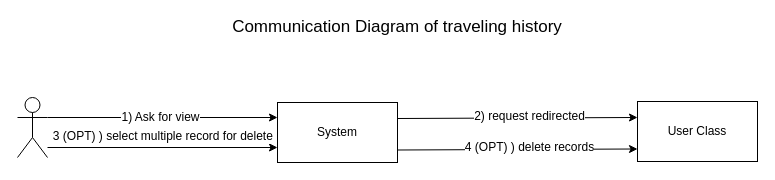
This is Behavioral Modeling/Communication Diagram/CD_traveling history.drawio from kargaranamir/Travelink, a draw.io file, before an edit. Source tidied: cells renumbered, new cells numbered last; positions are measured from the earlier drawing's top-left corner, leaving out a move shared by most shapes. Both pictures are drawn from the tidied source at 100%, with x=0, y=0 at pixel (17, 17).
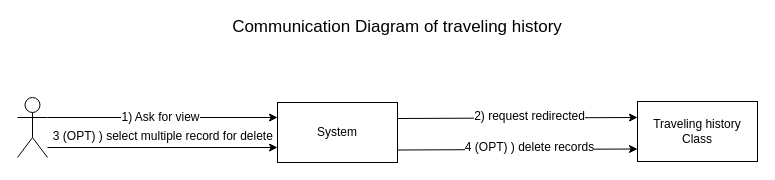
Above is the later version.

Change to the diagram source:
```diff
@@
 <mxGraphModel>
   <root>
     <mxCell id="0" />
     <mxCell id="1" parent="0" />
     <mxCell id="2" style="shape=umlActor;verticalLabelPosition=bottom;labelBackgroundColor=#ffffff;verticalAlign=top;html=1;outlineConnect=0;" parent="1" vertex="1">
       <mxGeometry y="80" width="30" height="60" as="geometry" />
     </mxCell>
     <mxCell id="3" value="System" style="rounded=0;whiteSpace=wrap;html=1;" parent="1" vertex="1">
       <mxGeometry x="260" y="85" width="120" height="60" as="geometry" />
     </mxCell>
-    <mxCell id="4" value="&lt;span&gt;User Class&lt;/span&gt;" style="rounded=0;whiteSpace=wrap;html=1;" parent="1" vertex="1">
+    <mxCell id="4" value="&lt;span&gt;Traveling history &lt;br&gt;Class&lt;/span&gt;" style="rounded=0;whiteSpace=wrap;html=1;" parent="1" vertex="1">
       <mxGeometry x="620" y="84" width="120" height="60" as="geometry" />
     </mxCell>
     <mxCell id="5" style="endArrow=classic;html=1;entryX=0;entryY=0.25;entryDx=0;entryDy=0;exitX=1;exitY=0.3333333333333333;exitDx=0;exitDy=0;exitPerimeter=0;" parent="1" edge="1" source="2" target="3">
       <mxGeometry relative="1" as="geometry" />
     </mxCell>
     <mxCell id="6" value="&lt;span&gt;1) Ask for view&lt;/span&gt;&lt;br&gt;" style="text;html=1;align=center;verticalAlign=middle;labelBackgroundColor=#ffffff;" parent="5" vertex="1">
       <mxGeometry x="-0.03" y="1" relative="1" as="geometry" />
     </mxCell>
     <mxCell id="7" style="endArrow=classic;html=1;exitX=1;exitY=0.25;exitDx=0;exitDy=0;entryX=0;entryY=0.25;entryDx=0;entryDy=0;" parent="1" edge="1">
       <mxGeometry relative="1" as="geometry">
         <mxPoint x="380" y="132.5" as="sourcePoint" />
         <mxPoint x="620" y="131.5" as="targetPoint" />
       </mxGeometry>
     </mxCell>
     <mxCell id="8" value="&lt;span&gt;4 (OPT) ) delete records&lt;/span&gt;&lt;br&gt;" style="text;html=1;align=center;verticalAlign=middle;labelBackgroundColor=#ffffff;" parent="7" vertex="1">
       <mxGeometry x="0.21" relative="1" as="geometry">
         <mxPoint x="-13" y="-2" as="offset" />
       </mxGeometry>
     </mxCell>
     <mxCell id="9" value="&lt;font style=&quot;font-size: 17px&quot;&gt;Communication Diagram of traveling history&lt;/font&gt;" style="text;html=1;strokeColor=none;fillColor=none;align=center;verticalAlign=middle;whiteSpace=wrap;rounded=0;" parent="1" vertex="1">
       <mxGeometry x="140" width="480" height="20" as="geometry" />
     </mxCell>
     <mxCell id="10" style="endArrow=classic;html=1;entryX=0;entryY=0.75;entryDx=0;entryDy=0;" parent="1" edge="1" target="3">
       <mxGeometry relative="1" as="geometry">
         <mxPoint x="30" y="130" as="sourcePoint" />
       </mxGeometry>
     </mxCell>
     <mxCell id="11" value="&lt;span&gt;3 (OPT) ) select multiple record for delete&amp;nbsp;&lt;/span&gt;&lt;br&gt;" style="text;html=1;align=center;verticalAlign=middle;labelBackgroundColor=#ffffff;" parent="10" vertex="1">
       <mxGeometry x="-0.03" y="1" relative="1" as="geometry">
         <mxPoint x="4" y="-11" as="offset" />
       </mxGeometry>
     </mxCell>
     <mxCell id="12" style="endArrow=classic;html=1;exitX=1;exitY=0.25;exitDx=0;exitDy=0;entryX=0;entryY=0.25;entryDx=0;entryDy=0;" parent="1" edge="1">
       <mxGeometry relative="1" as="geometry">
         <mxPoint x="380" y="101" as="sourcePoint" />
         <mxPoint x="620" y="100" as="targetPoint" />
       </mxGeometry>
     </mxCell>
     <mxCell id="13" value="&lt;span&gt;2) request redirected&lt;/span&gt;&lt;br&gt;" style="text;html=1;align=center;verticalAlign=middle;labelBackgroundColor=#ffffff;" parent="12" vertex="1">
       <mxGeometry x="0.21" relative="1" as="geometry">
         <mxPoint x="-13" y="-2" as="offset" />
       </mxGeometry>
     </mxCell>
   </root>
 </mxGraphModel>
```
